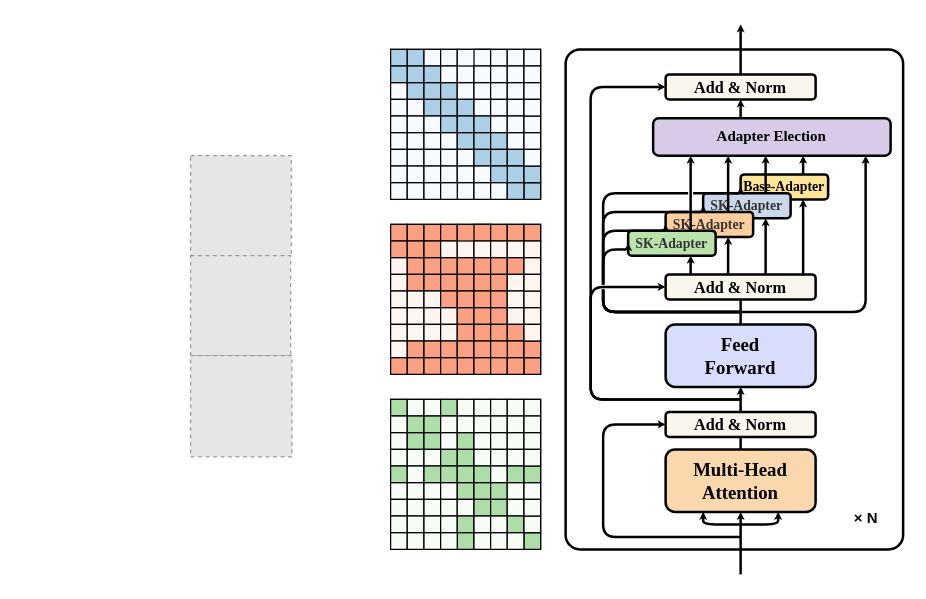
Earlier version of the draw.io diagram 未命名绘图.drawio (Wiselnn570/dialogue-system). Source tidied: cells renumbered, new cells numbered last; positions are measured from the earlier drawing's top-left corner, leaving out a move shared by most shapes. Both pictures are drawn from the tidied source at 125%, with x=0, y=0 at pixel (190, 24). Pictures stored in the file or linked from it are replaced by grey dashed boxes.
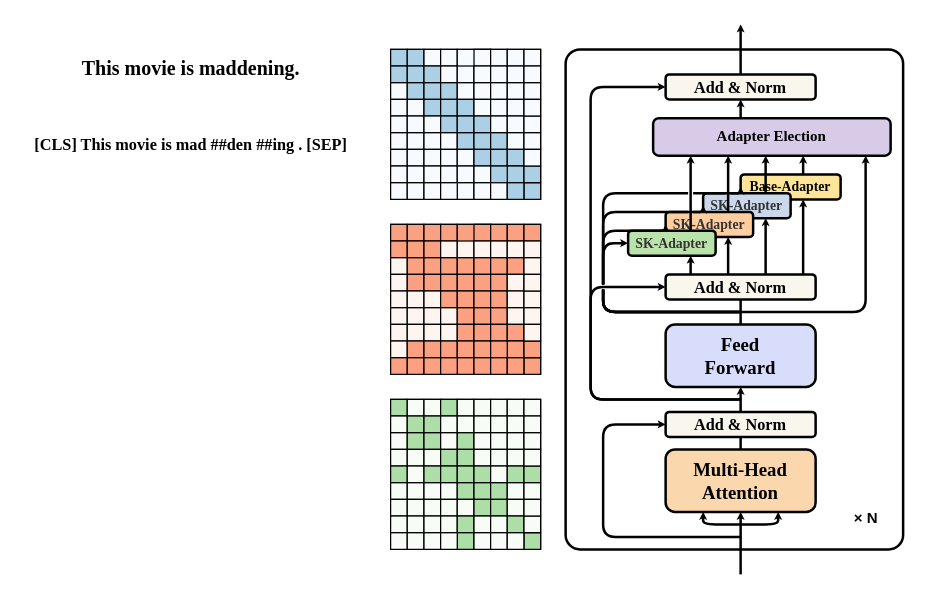
Above is the later version.

Commit message (it also covers changes not shown here):
更新未命名绘图.drawio

The change refers to these unchanged cells:
```xml
<mxCell id="20" value="&lt;font face=&quot;Times New Roman&quot; style=&quot;font-size: 11px;&quot;&gt;&lt;b style=&quot;font-size: 11px;&quot;&gt;SK-Adapter&lt;/b&gt;&lt;/font&gt;" style="rounded=1;whiteSpace=wrap;html=1;align=center;fillColor=#B9E3AA;fillStyle=auto;gradientDirection=north;fontColor=#333333;strokeColor=#000000;strokeWidth=2;fontSize=11;" parent="1" vertex="1">
  <mxGeometry x="350" y="165" width="70" height="20" as="geometry" />
</mxCell>
```

Change to the diagram source:
```diff
@@
     <mxCell id="16" value="&lt;b style=&quot;font-size: 11px;&quot;&gt;&lt;font face=&quot;Times New Roman&quot; style=&quot;font-size: 11px;&quot;&gt;Base-Adapter&lt;/font&gt;&lt;/b&gt;" style="rounded=1;whiteSpace=wrap;html=1;align=center;fillColor=#FFE599;strokeWidth=2;rotation=0;strokeColor=#000000;fontSize=11;" parent="1" vertex="1">
-      <mxGeometry x="440" y="120" width="70" height="20" as="geometry" />
+      <mxGeometry x="440" y="120" width="80" height="20" as="geometry" />
     </mxCell>
@@
     <mxCell id="25" style="edgeStyle=orthogonalEdgeStyle;elbow=vertical;strokeWidth=2;endArrow=classic;endFill=0;fontStyle=1;strokeColor=#000000;endSize=0;startSize=4;entryX=0;entryY=0.5;entryDx=0;entryDy=0;jumpStyle=gap;jumpSize=2;" parent="1" edge="1" target="20">
       <mxGeometry x="648" y="285" as="geometry">
         <mxPoint x="440" y="230" as="sourcePoint" />
         <Array as="points">
           <mxPoint x="330" y="230" />
-          <mxPoint x="330" y="180" />
+          <mxPoint x="330" y="175" />
         </Array>
       </mxGeometry>
     </mxCell>
@@
-    <mxCell id="28" style="fillColor=#E6E6E6;strokeColor=#999999;dashed=1;verticalLabelPosition=bottom;labelBackgroundColor=default;verticalAlign=top;" parent="1" vertex="1">
-      <mxGeometry y="105" width="80.5" height="80.5" as="geometry" />
-    </mxCell>
-    <mxCell id="29" style="fillColor=#E6E6E6;strokeColor=#999999;dashed=1;verticalLabelPosition=bottom;labelBackgroundColor=default;verticalAlign=top;" parent="1" vertex="1">
-      <mxGeometry y="185" width="80" height="80" as="geometry" />
-    </mxCell>
-    <mxCell id="30" style="fillColor=#E6E6E6;strokeColor=#999999;dashed=1;verticalLabelPosition=bottom;labelBackgroundColor=default;verticalAlign=top;" parent="1" vertex="1">
-      <mxGeometry y="265" width="81" height="81" as="geometry" />
-    </mxCell>
@@
+    <mxCell id="287" value="&lt;font size=&quot;1&quot; style=&quot;&quot; face=&quot;Times New Roman&quot;&gt;&lt;b style=&quot;font-size: 16px;&quot;&gt;This movie is maddening.&lt;/b&gt;&lt;/font&gt;" style="text;html=1;align=center;verticalAlign=middle;strokeColor=none;fillColor=none;" parent="1" vertex="1">
+      <mxGeometry x="-100" y="20" width="200" height="30" as="geometry" />
+    </mxCell>
+    <mxCell id="288" value="&lt;font size=&quot;1&quot; style=&quot;&quot;&gt;&lt;b style=&quot;font-size: 13px;&quot;&gt;[CLS] This movie is mad ##den ##ing . [SEP]&lt;/b&gt;&lt;/font&gt;" style="text;html=1;align=center;verticalAlign=middle;strokeColor=none;fillColor=none;fontSize=16;fontFamily=Times New Roman;" parent="1" vertex="1">
+      <mxGeometry x="-135" y="80" width="270" height="30" as="geometry" />
+    </mxCell>
```
